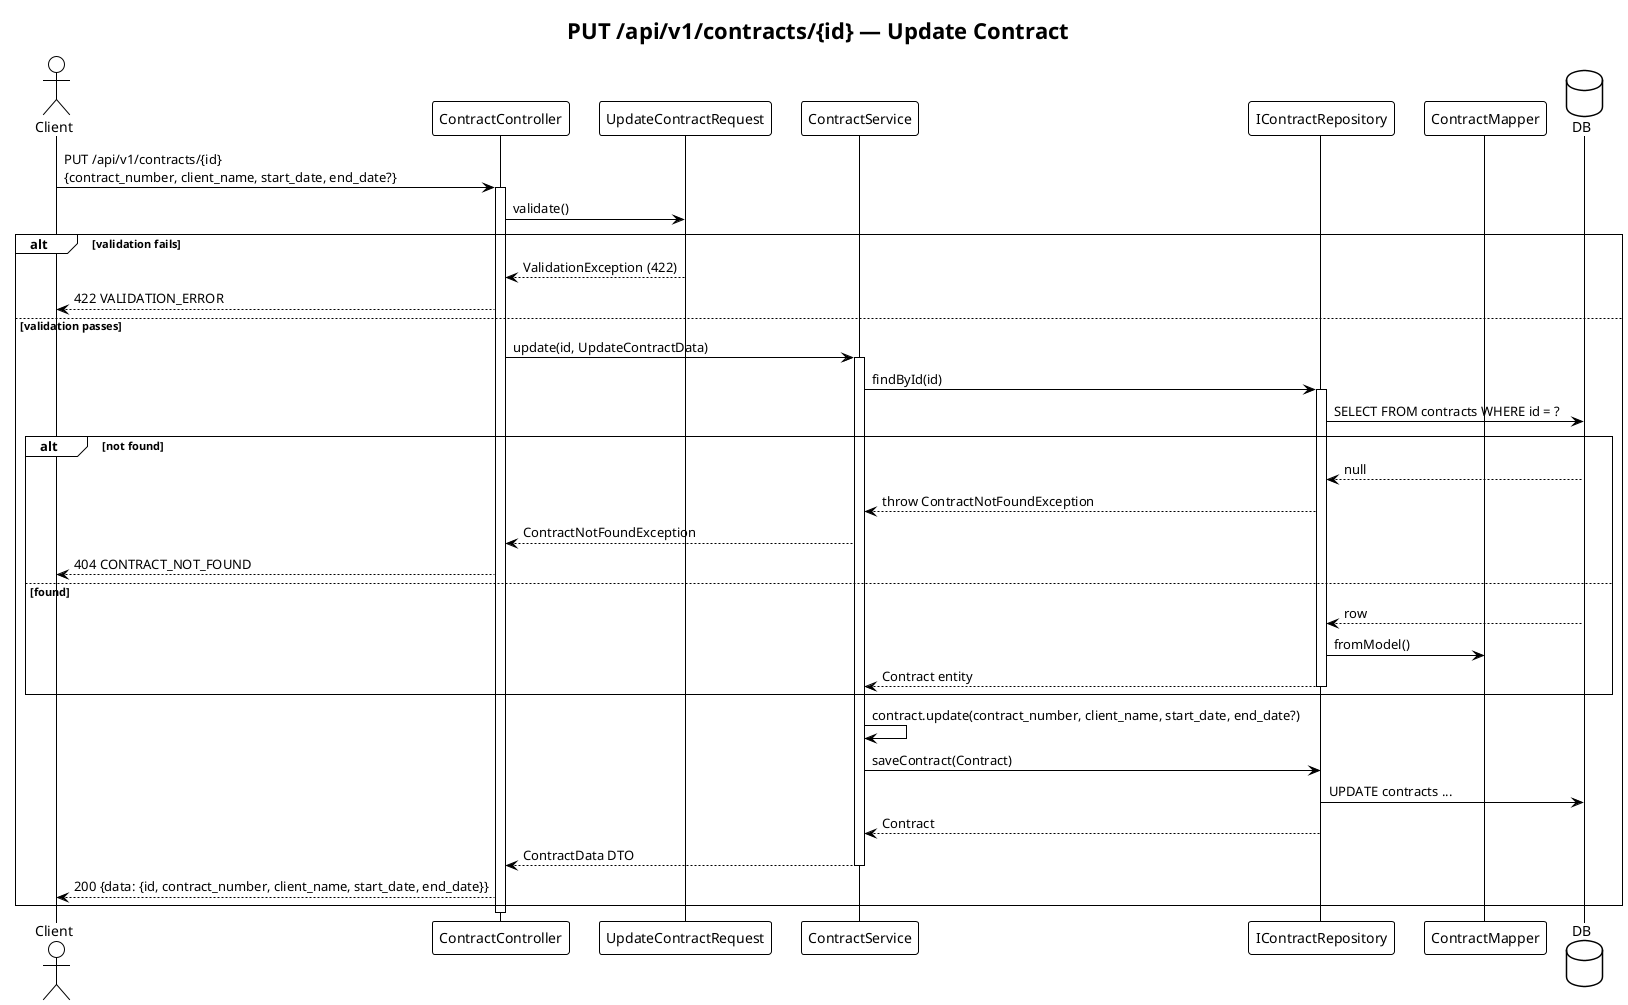
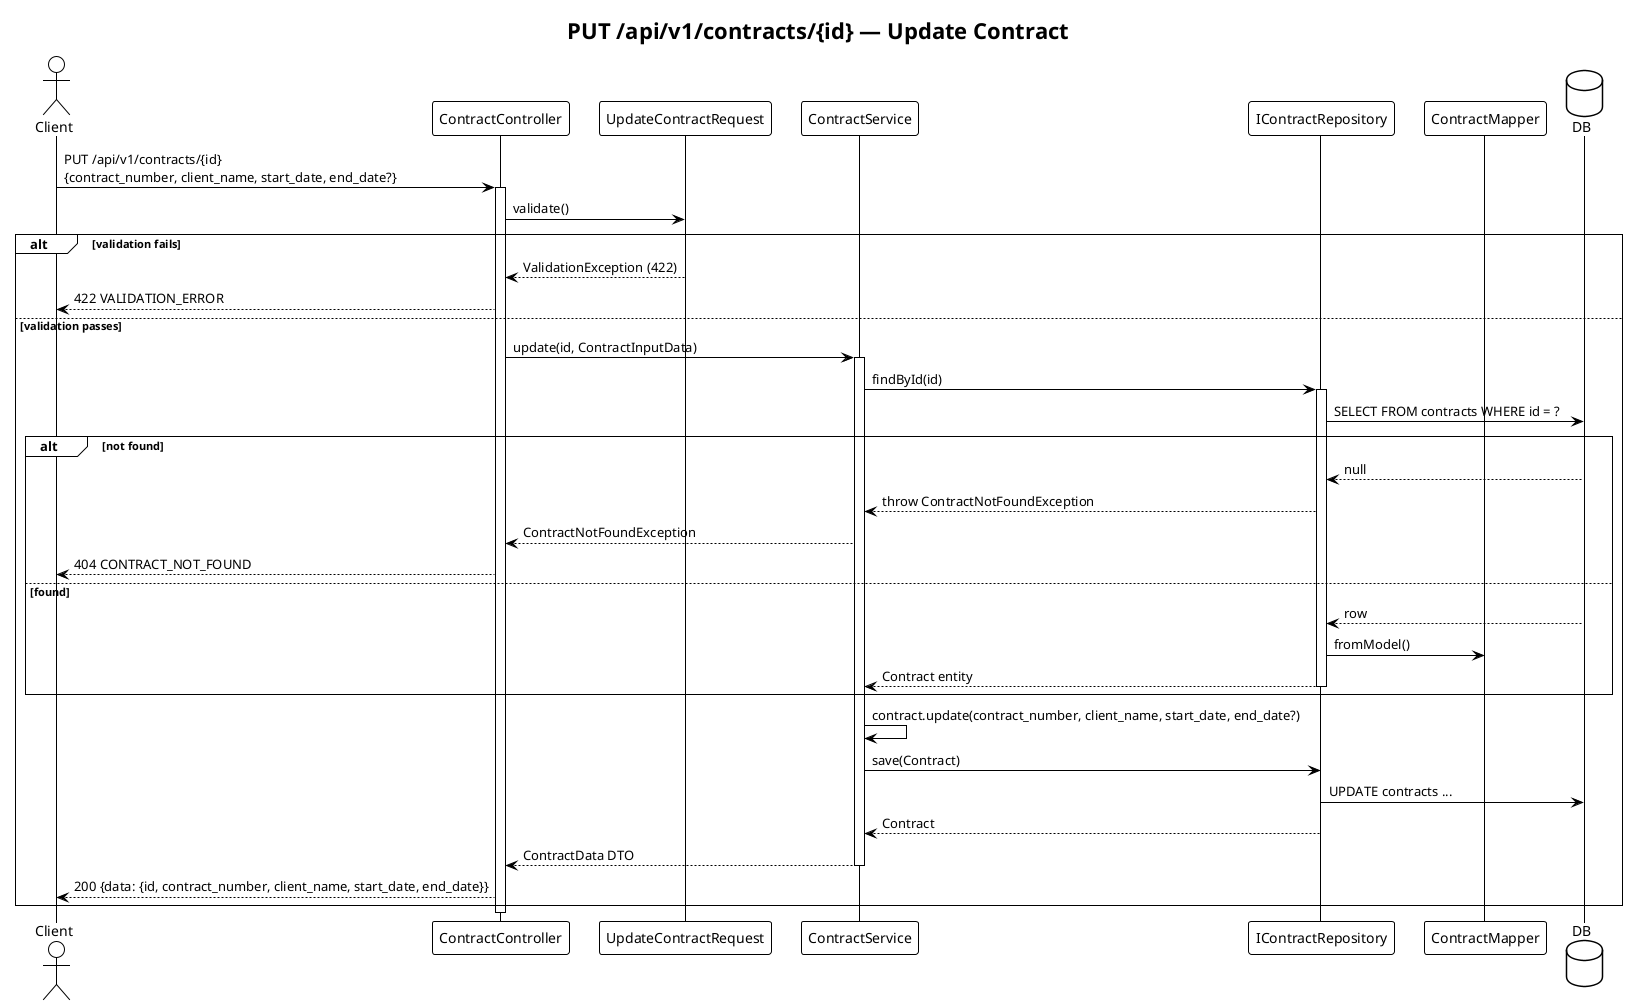
@startuml update-contract
!theme plain
title PUT /api/v1/contracts/{id} — Update Contract

actor Client
participant "ContractController" as Controller
participant "UpdateContractRequest" as Request
participant "ContractService" as Service
participant "IContractRepository" as IRepo
participant "ContractMapper" as Mapper
database DB

Client -> Controller : PUT /api/v1/contracts/{id}\n{contract_number, client_name, start_date, end_date?}
activate Controller

Controller -> Request : validate()

alt validation fails
    Request --> Controller : ValidationException (422)
    Controller --> Client : 422 VALIDATION_ERROR
else validation passes
-     Controller -> Service : update(id, UpdateContractData)
+     Controller -> Service : update(id, ContractInputData)
    activate Service

    Service -> IRepo : findById(id)
    activate IRepo
    IRepo -> DB : SELECT FROM contracts WHERE id = ?
    alt not found
        DB --> IRepo : null
        IRepo --> Service : throw ContractNotFoundException
        Service --> Controller : ContractNotFoundException
        Controller --> Client : 404 CONTRACT_NOT_FOUND
    else found
        DB --> IRepo : row
        IRepo -> Mapper : fromModel()
        IRepo --> Service : Contract entity
        deactivate IRepo
    end

    Service -> Service : contract.update(contract_number, client_name, start_date, end_date?)
-     Service -> IRepo : saveContract(Contract)
+     Service -> IRepo : save(Contract)
    IRepo -> DB : UPDATE contracts ...
    IRepo --> Service : Contract
    Service --> Controller : ContractData DTO
    deactivate Service

    Controller --> Client : 200 {data: {id, contract_number, client_name, start_date, end_date}}
end

deactivate Controller
@enduml
